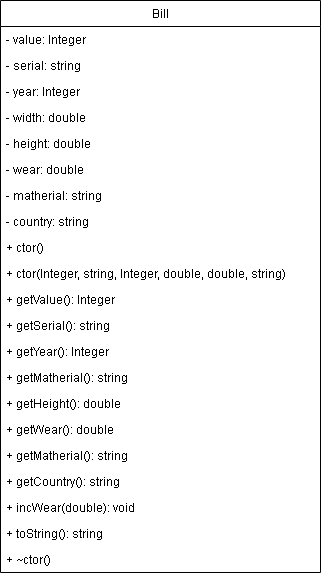
Above: Untitled Diagram.drawio.png in savvita/UML (draw.io), before the change. Source tidied: cells renumbered, new cells last; positions are measured from the earlier drawing's top-left corner, leaving out a move shared by most shapes.
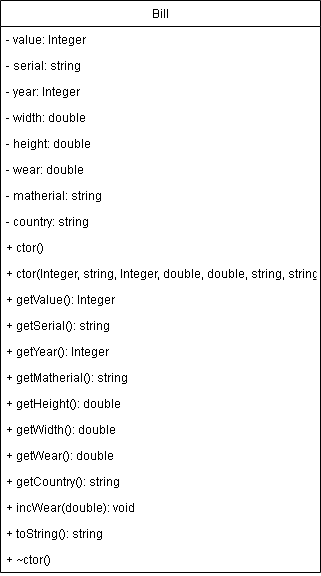
Above is the later version.

Diff of the diagram source:
```diff
@@ -32,7 +32,7 @@
     <mxCell id="11" value="+ ctor()" style="text;strokeColor=none;fillColor=none;align=left;verticalAlign=top;spacingLeft=4;spacingRight=4;overflow=hidden;" parent="2" vertex="1">
       <mxGeometry y="234" width="320" height="26" as="geometry" />
     </mxCell>
-    <mxCell id="12" value="+ ctor(Integer, string, Integer, double, double, string)" style="text;strokeColor=none;fillColor=none;align=left;verticalAlign=top;spacingLeft=4;spacingRight=4;overflow=hidden;" parent="2" vertex="1">
+    <mxCell id="12" value="+ ctor(Integer, string, Integer, double, double, string, string)" style="text;strokeColor=none;fillColor=none;align=left;verticalAlign=top;spacingLeft=4;spacingRight=4;overflow=hidden;" parent="2" vertex="1">
       <mxGeometry y="260" width="320" height="26" as="geometry" />
     </mxCell>
     <mxCell id="13" value="+ getValue(): Integer" style="text;strokeColor=none;fillColor=none;align=left;verticalAlign=top;spacingLeft=4;spacingRight=4;overflow=hidden;" parent="2" vertex="1">
@@ -50,12 +50,12 @@
     <mxCell id="17" value="+ getHeight(): double" style="text;strokeColor=none;fillColor=none;align=left;verticalAlign=top;spacingLeft=4;spacingRight=4;overflow=hidden;" parent="2" vertex="1">
       <mxGeometry y="390" width="320" height="26" as="geometry" />
     </mxCell>
+    <mxCell id="24" value="+ getWidth(): double" style="text;strokeColor=none;fillColor=none;align=left;verticalAlign=top;spacingLeft=4;spacingRight=4;overflow=hidden;" parent="2" vertex="1">
+      <mxGeometry y="416" width="320" height="26" as="geometry" />
+    </mxCell>
     <mxCell id="18" value="+ getWear(): double" style="text;strokeColor=none;fillColor=none;align=left;verticalAlign=top;spacingLeft=4;spacingRight=4;overflow=hidden;" parent="2" vertex="1">
-      <mxGeometry y="416" width="320" height="26" as="geometry" />
+      <mxGeometry y="442" width="320" height="26" as="geometry" />
     </mxCell>
-    <mxCell id="19" value="+ getMatherial(): string" style="text;strokeColor=none;fillColor=none;align=left;verticalAlign=top;spacingLeft=4;spacingRight=4;overflow=hidden;" parent="2" vertex="1">
-      <mxGeometry y="442" width="320" height="26" as="geometry" />
-    </mxCell>
     <mxCell id="20" value="+ getCountry(): string" style="text;strokeColor=none;fillColor=none;align=left;verticalAlign=top;spacingLeft=4;spacingRight=4;overflow=hidden;" parent="2" vertex="1">
       <mxGeometry y="468" width="320" height="26" as="geometry" />
     </mxCell>
```
